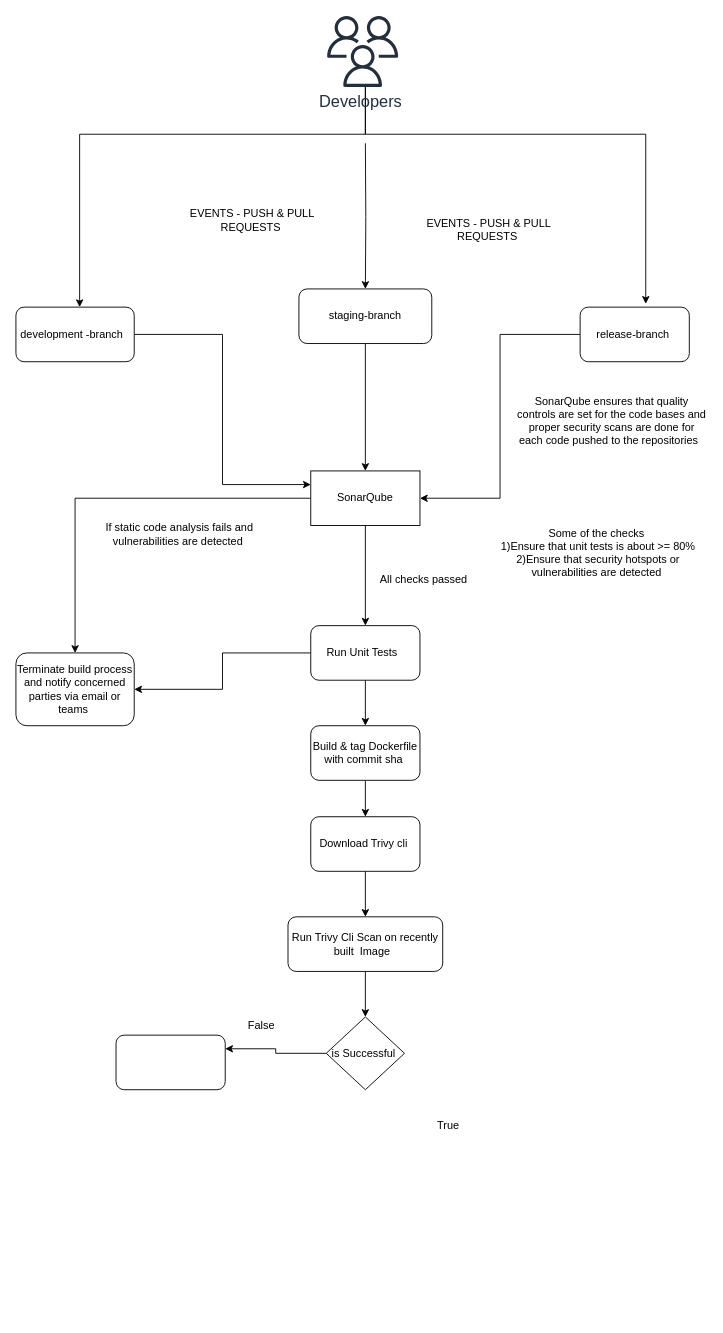
Earlier version of the draw.io diagram icurity.drawio (tyger-rareatom/consulting-architectures). Source tidied: cells renumbered, new cells numbered last; positions are measured from the earlier drawing's top-left corner, leaving out a move shared by most shapes. Both pictures are drawn from the tidied source at 91%, with x=0, y=0 at pixel (15, 15).
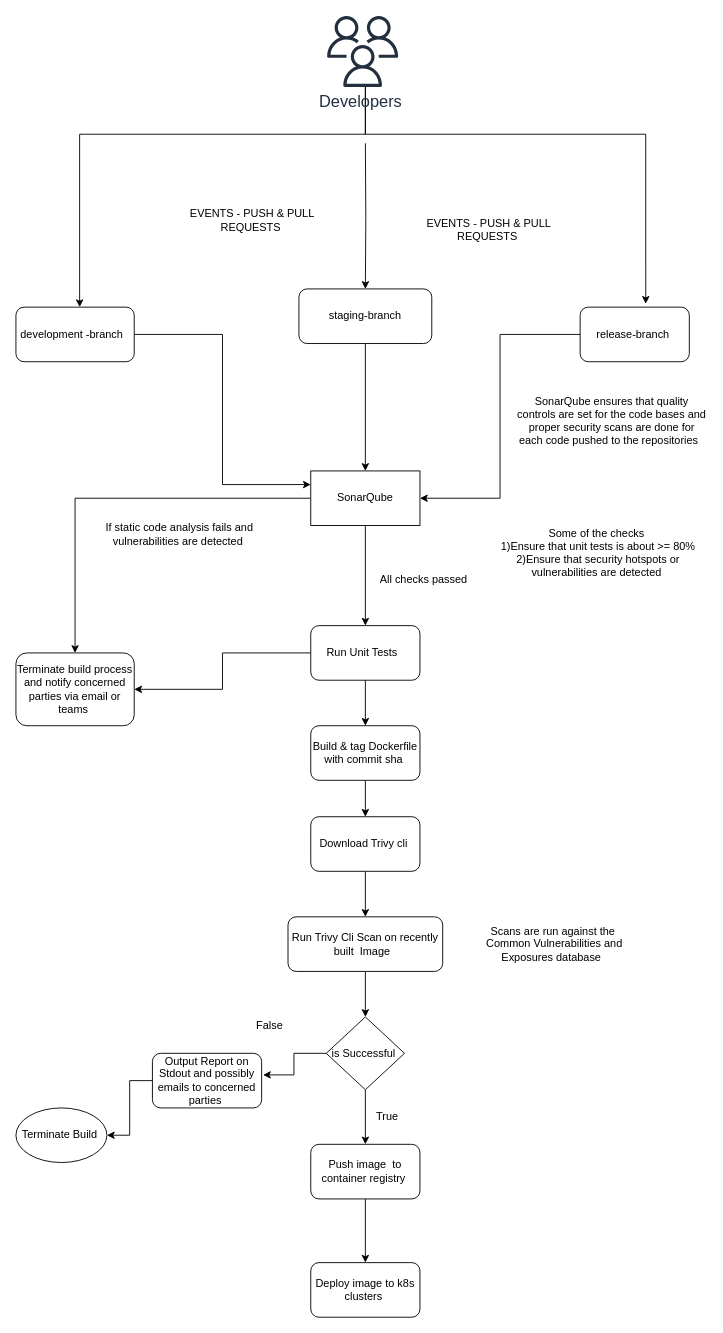
The same page after the edit.

Commit message:
Updated the entire architecture

Unchanged cells that the change refers to:
```xml
<mxCell id="33" value="is Successful&amp;nbsp;" style="rhombus;whiteSpace=wrap;html=1;" parent="1" vertex="1">
  <mxGeometry x="341" y="1100" width="86" height="80" as="geometry" />
</mxCell>
```

Diff of the diagram source:
```diff
@@
+    <mxCell id="36" style="edgeStyle=orthogonalEdgeStyle;rounded=0;jettySize=auto;html=1;" parent="1" edge="1" source="31" target="39">
+      <mxGeometry relative="1" as="geometry" />
+    </mxCell>
-    <mxCell id="31" style="rounded=1;whiteSpace=wrap;html=1;" parent="1" vertex="1">
-      <mxGeometry x="110" y="1120" width="120" height="60" as="geometry" />
+    <mxCell id="31" value="Output Report on Stdout and possibly emails to concerned parties&amp;nbsp;" style="rounded=1;whiteSpace=wrap;html=1;" parent="1" vertex="1">
+      <mxGeometry x="150" y="1140" width="120" height="60" as="geometry" />
     </mxCell>
-    <mxCell id="32" style="edgeStyle=orthogonalEdgeStyle;rounded=0;jettySize=auto;html=1;entryX=1;entryY=0.25;entryDx=0;entryDy=0;" parent="1" edge="1" source="33" target="31">
+    <mxCell id="32" style="edgeStyle=orthogonalEdgeStyle;rounded=0;jettySize=auto;html=1;entryX=1.013;entryY=0.395;entryDx=0;entryDy=0;entryPerimeter=0;" parent="1" edge="1" source="33" target="31">
       <mxGeometry relative="1" as="geometry" />
     </mxCell>
+    <mxCell id="37" style="edgeStyle=orthogonalEdgeStyle;rounded=0;jettySize=auto;html=1;" parent="1" edge="1" source="33" target="41">
+      <mxGeometry relative="1" as="geometry" />
+    </mxCell>
@@
     <mxCell id="34" value="True&amp;nbsp;" style="text;html=1;strokeColor=none;fillColor=none;align=center;verticalAlign=middle;whiteSpace=wrap;rounded=0;" parent="1" vertex="1">
-      <mxGeometry x="457" y="1210" width="40" height="20" as="geometry" />
+      <mxGeometry x="390" y="1200" width="40" height="20" as="geometry" />
     </mxCell>
     <mxCell id="35" value="False" style="text;html=1;strokeColor=none;fillColor=none;align=center;verticalAlign=middle;whiteSpace=wrap;rounded=0;" parent="1" vertex="1">
-      <mxGeometry x="250" y="1100" width="40" height="20" as="geometry" />
+      <mxGeometry x="259" y="1100" width="40" height="20" as="geometry" />
     </mxCell>
+    <mxCell id="38" value="Scans are run against the&amp;nbsp; Common Vulnerabilities and Exposures database&amp;nbsp;&amp;nbsp;" style="text;html=1;strokeColor=none;fillColor=none;align=center;verticalAlign=middle;whiteSpace=wrap;rounded=0;" parent="1" vertex="1">
+      <mxGeometry x="497" y="980" width="190" height="80" as="geometry" />
+    </mxCell>
+    <mxCell id="39" value="Terminate Build&amp;nbsp;" style="ellipse;whiteSpace=wrap;html=1;" parent="1" vertex="1">
+      <mxGeometry y="1200" width="100" height="60" as="geometry" />
+    </mxCell>
+    <mxCell id="40" style="edgeStyle=orthogonalEdgeStyle;rounded=0;jettySize=auto;html=1;" parent="1" edge="1" source="41" target="42">
+      <mxGeometry relative="1" as="geometry" />
+    </mxCell>
+    <mxCell id="41" value="Push image&amp;nbsp; to container registry&amp;nbsp;" style="rounded=1;whiteSpace=wrap;html=1;" parent="1" vertex="1">
+      <mxGeometry x="324" y="1240" width="120" height="60" as="geometry" />
+    </mxCell>
+    <mxCell id="42" value="Deploy image to k8s clusters&amp;nbsp;" style="rounded=1;whiteSpace=wrap;html=1;" parent="1" vertex="1">
+      <mxGeometry x="324" y="1370" width="120" height="60" as="geometry" />
+    </mxCell>
```
